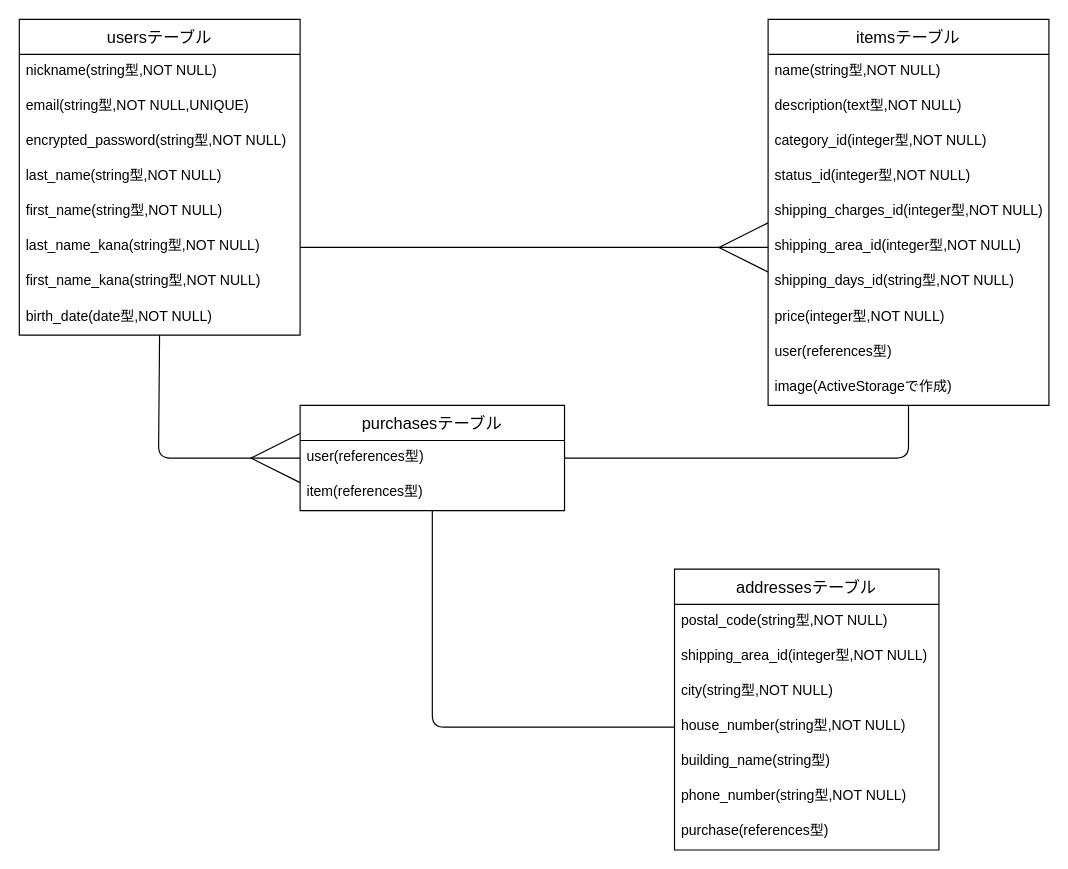
Above: ER.dio in T-yama0921/furima-35584 (draw.io), before the change. Source tidied: cells renumbered, new cells numbered last; positions are measured from the earlier drawing's top-left corner, leaving out a move shared by most shapes. Both pictures are drawn from the tidied source at 117%, with x=0, y=0 at pixel (19, 19).
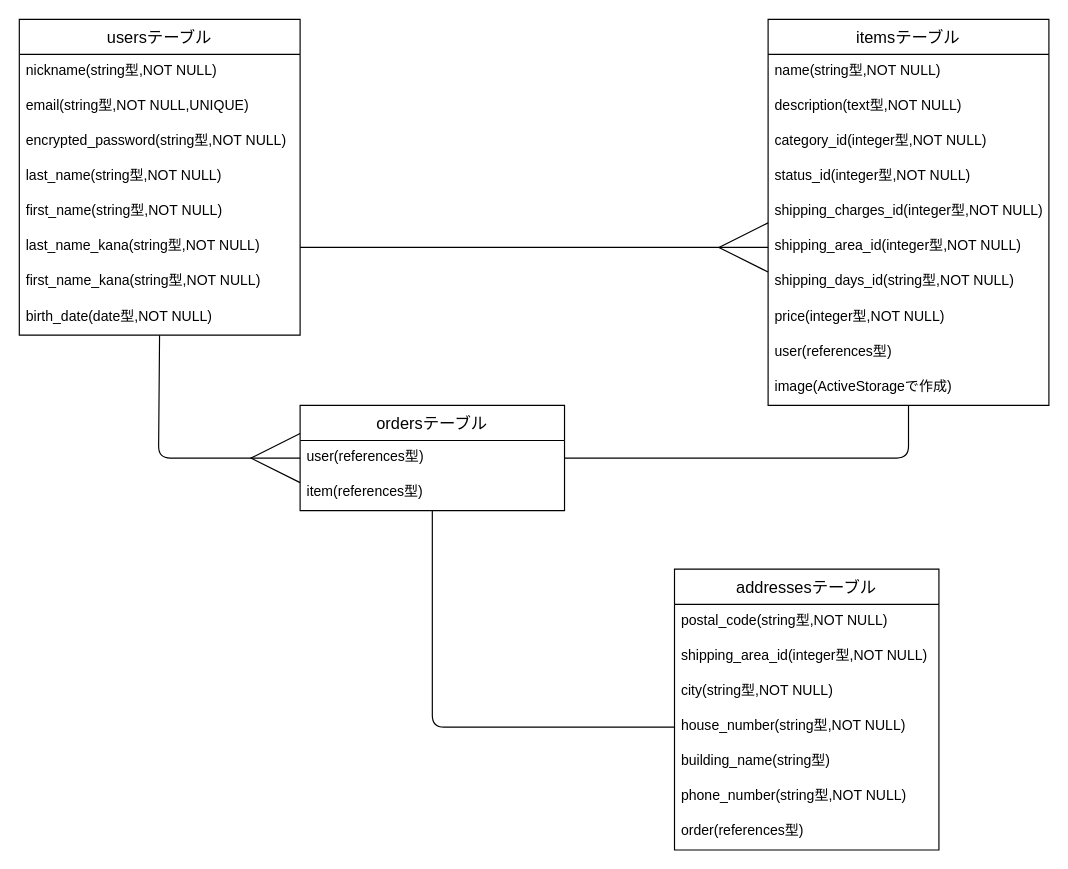
The same diagram, later.

Commit message (it also covers changes not shown here):
テーブル名変更　ordersテーブル

The change refers to these unchanged cells:
```xml
<mxCell id="26" value="addressesテーブル" style="swimlane;fontStyle=0;horizontal=1;startSize=30;align=center;fontSize=14;" parent="1" vertex="1">
  <mxGeometry x="560" y="470" width="226" height="240" as="geometry" />
</mxCell>
```

Diff of the diagram source:
```diff
@@
-    <mxCell id="23" value="purchasesテーブル" style="swimlane;fontStyle=0;horizontal=1;startSize=30;align=center;fontSize=14;" parent="1" vertex="1">
+    <mxCell id="23" value="ordersテーブル" style="swimlane;fontStyle=0;horizontal=1;startSize=30;align=center;fontSize=14;" parent="1" vertex="1">
       <mxGeometry x="240" y="330" width="226" height="90" as="geometry" />
     </mxCell>
@@
-    <mxCell id="33" value="purchase(references型)" style="text;strokeColor=none;fillColor=none;spacingLeft=4;spacingRight=4;overflow=hidden;fontSize=12;" parent="26" vertex="1">
+    <mxCell id="33" value="order(references型)" style="text;strokeColor=none;fillColor=none;spacingLeft=4;spacingRight=4;overflow=hidden;fontSize=12;" parent="26" vertex="1">
       <mxGeometry y="210" width="226" height="30" as="geometry" />
     </mxCell>
```
